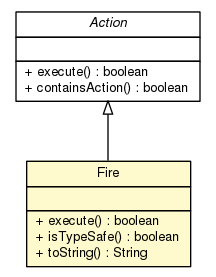
Earlier version of the Graphviz export doc/model/programs/parsing/language/statement/action/Fire.png (sinopeus/asteroids). Its source is kept beside it as doc/model/programs/parsing/language/statement/action/Fire.dot.
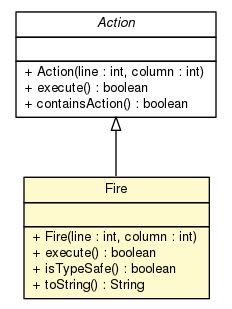
The same file after the commit.

Change to the diagram source:
```diff
@@ -4,7 +4,7 @@
 	node [fontname="Helvetica",fontsize=10,shape=plaintext];
 	nodesep=0.25;
 	ranksep=0.5;
-	c9511 [label=<<table title="model.programs.parsing.language.statement.action.Action" border="0" cellborder="1" cellspacing="0" cellpadding="2" port="p" href="./Action.html">
+	c9554 [label=<<table title="model.programs.parsing.language.statement.action.Action" border="0" cellborder="1" cellspacing="0" cellpadding="2" port="p" href="./Action.html">
 		<tr><td><table border="0" cellspacing="0" cellpadding="1">
 <tr><td align="center" balign="center"><font face="Helvetica-Oblique"> Action </font></td></tr>
 		</table></td></tr>
@@ -12,11 +12,12 @@
 <tr><td align="left" balign="left">  </td></tr>
 		</table></td></tr>
 		<tr><td><table border="0" cellspacing="0" cellpadding="1">
+<tr><td align="left" balign="left"> + Action(line : int, column : int) </td></tr>
 <tr><td align="left" balign="left"> + execute() : boolean </td></tr>
 <tr><td align="left" balign="left"> + containsAction() : boolean </td></tr>
 		</table></td></tr>
 		</table>>, URL="./Action.html", fontname="Helvetica", fontcolor="black", fontsize=10.0];
-	c9512 [label=<<table title="model.programs.parsing.language.statement.action.Fire" border="0" cellborder="1" cellspacing="0" cellpadding="2" port="p" bgcolor="lemonChiffon" href="./Fire.html">
+	c9555 [label=<<table title="model.programs.parsing.language.statement.action.Fire" border="0" cellborder="1" cellspacing="0" cellpadding="2" port="p" bgcolor="lemonChiffon" href="./Fire.html">
 		<tr><td><table border="0" cellspacing="0" cellpadding="1">
 <tr><td align="center" balign="center"> Fire </td></tr>
 		</table></td></tr>
@@ -24,10 +25,11 @@
 <tr><td align="left" balign="left">  </td></tr>
 		</table></td></tr>
 		<tr><td><table border="0" cellspacing="0" cellpadding="1">
+<tr><td align="left" balign="left"> + Fire(line : int, column : int) </td></tr>
 <tr><td align="left" balign="left"> + execute() : boolean </td></tr>
 <tr><td align="left" balign="left"> + isTypeSafe() : boolean </td></tr>
 <tr><td align="left" balign="left"> + toString() : String </td></tr>
 		</table></td></tr>
 		</table>>, URL="./Fire.html", fontname="Helvetica", fontcolor="black", fontsize=10.0];
-	c9511:p -> c9512:p [dir=back,arrowtail=empty];
+	c9554:p -> c9555:p [dir=back,arrowtail=empty];
 }
```
